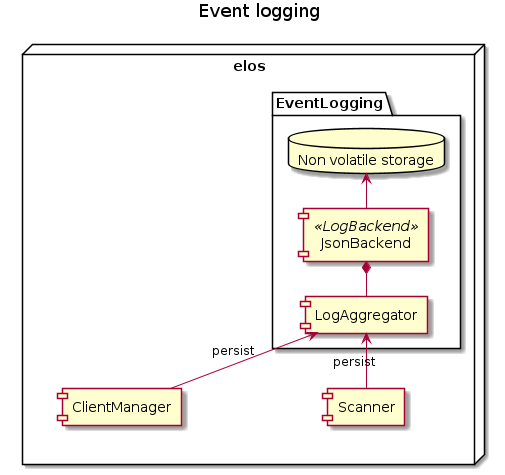
Elektrobit/elos keeps this PlantUML diagram as doc/images/overview_event_logging.png. Above is the earlier version.
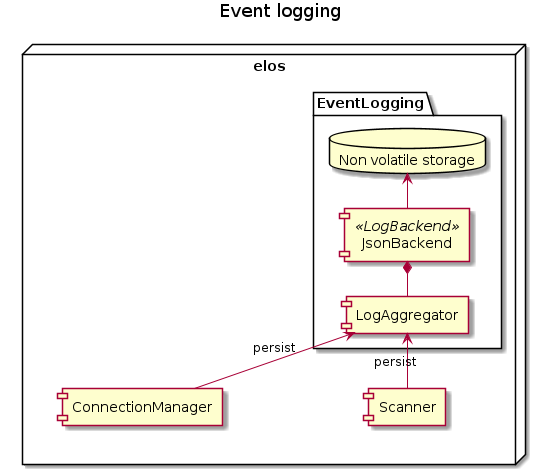
The same file after the commit.

The edit, as a diff of the source:
```diff
@@ -11,13 +11,13 @@
 
   together {
     component Scanner
-    component ClientManager
+    component ConnectionManager
   }
 }
 
-Scanner -[hidden]up-> ClientManager
+Scanner -[hidden]up-> ConnectionManager
 Scanner -> LogAggregator : persist
-ClientManager -> LogAggregator : persist
+ConnectionManager -> LogAggregator : persist
 LogAggregator -* JsonBackend
 JsonBackend -> Storage
 @enduml
```
